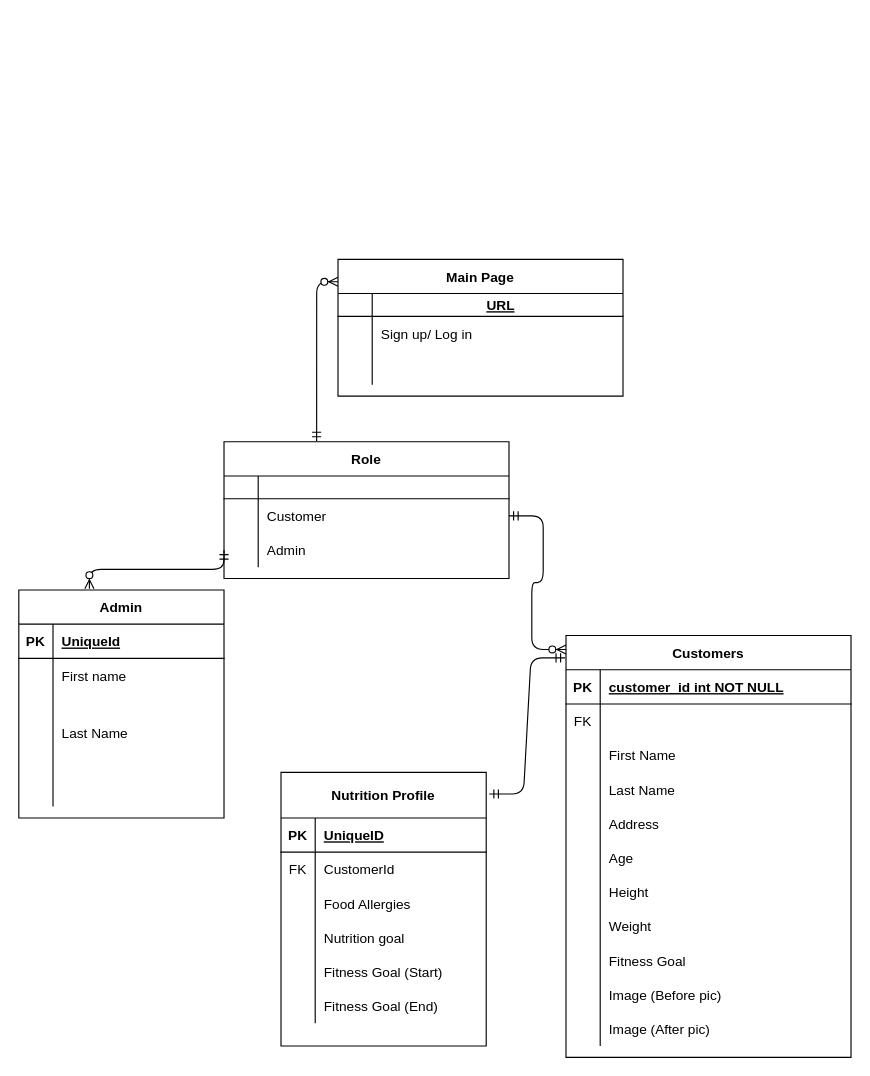
Lluminatarion-8431/Healthy-Me-Meal-Prep- keeps this draw.io diagram as Healthy Me Diagram.drawio. Above is the earlier version. Source tidied: cells renumbered, new cells numbered last; positions are measured from the earlier drawing's top-left corner, leaving out a move shared by most shapes. Both pictures are drawn from the tidied source at 114%, with x=0, y=0 at pixel (18, 259).
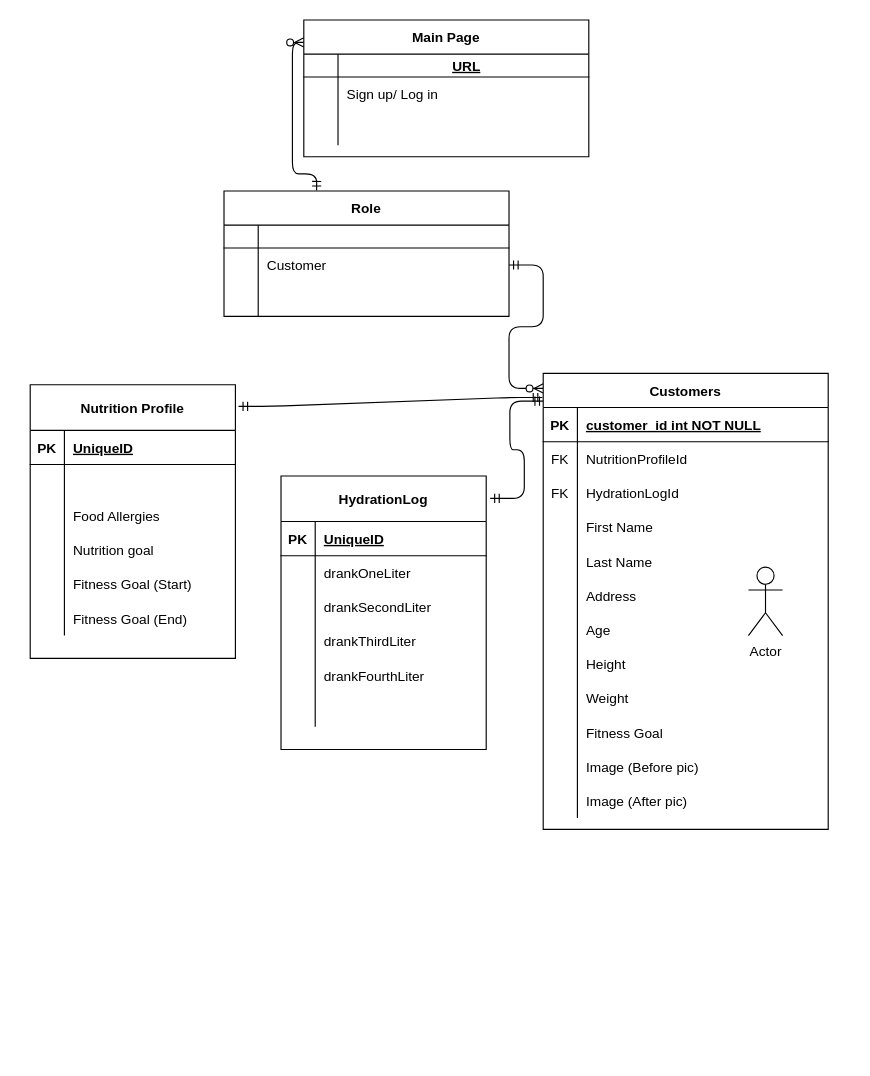
The same page after the edit.

Commit message:
Updated ERD diagram.

Unchanged cells that the change refers to:
```xml
<mxCell id="10" style="shape=partialRectangle;fillColor=none;top=0;left=0;right=0;bottom=0;" parent="6" vertex="1">
  <mxGeometry y="60" width="250" height="30" as="geometry" />
</mxCell>
<mxCell id="77" style="shape=partialRectangle;fillColor=none;top=0;left=0;bottom=0;right=0;" parent="73" vertex="1">
  <mxGeometry y="70" width="180" height="30" as="geometry" />
</mxCell>
```

Diff of the diagram source:
```diff
@@
-    <mxCell id="4" style="fontSize=12;html=1;endArrow=ERzeroToMany;startArrow=ERmandOne;entryX=0.344;entryY=-0.005;entryDx=0;entryDy=0;edgeStyle=elbowEdgeStyle;elbow=vertical;entryPerimeter=0;exitX=0;exitY=0.5;exitDx=0;exitDy=0;" parent="1" edge="1" source="60" target="40">
-      <mxGeometry relative="1" as="geometry" />
-    </mxCell>
@@
+    <mxCell id="63" value="Main Page" style="shape=table;startSize=30;childLayout=tableLayout;rowLines=0;fontStyle=1;align=center;" parent="1" vertex="1">
+      <mxGeometry x="250" y="-210" width="250" height="120" as="geometry" />
+    </mxCell>
+    <mxCell id="64" style="shape=partialRectangle;fillColor=none;top=0;left=0;right=0;bottom=1;" parent="63" vertex="1">
+      <mxGeometry y="30" width="250" height="20" as="geometry" />
+    </mxCell>
+    <mxCell id="65" style="shape=partialRectangle;overflow=hidden;fillColor=none;top=0;left=0;bottom=0;right=0;fontStyle=1;" parent="64" vertex="1">
+      <mxGeometry width="30" height="20" as="geometry" />
+    </mxCell>
+    <mxCell id="66" value="URL" style="shape=partialRectangle;overflow=hidden;fillColor=none;top=0;left=0;bottom=0;right=0;align=center;spacingLeft=6;fontStyle=5;" parent="64" vertex="1">
+      <mxGeometry x="30" width="220" height="20" as="geometry" />
+    </mxCell>
+    <mxCell id="67" style="shape=partialRectangle;fillColor=none;top=0;left=0;right=0;bottom=0;" parent="63" vertex="1">
+      <mxGeometry y="50" width="250" height="30" as="geometry" />
+    </mxCell>
+    <mxCell id="68" style="shape=partialRectangle;overflow=hidden;fillColor=none;top=0;left=0;bottom=0;right=0;" parent="67" vertex="1">
+      <mxGeometry width="30" height="30" as="geometry" />
+    </mxCell>
+    <mxCell id="69" value="Sign up/ Log in" style="shape=partialRectangle;overflow=hidden;fillColor=none;top=0;left=0;bottom=0;right=0;align=left;spacingLeft=6;" parent="67" vertex="1">
+      <mxGeometry x="30" width="220" height="30" as="geometry" />
+    </mxCell>
+    <mxCell id="70" style="shape=partialRectangle;fillColor=none;top=0;left=0;right=0;bottom=0;" parent="63" vertex="1">
+      <mxGeometry y="80" width="250" height="30" as="geometry" />
+    </mxCell>
+    <mxCell id="71" style="shape=partialRectangle;overflow=hidden;fillColor=none;top=0;left=0;bottom=0;right=0;" parent="70" vertex="1">
+      <mxGeometry width="30" height="30" as="geometry" />
+    </mxCell>
+    <mxCell id="72" style="shape=partialRectangle;overflow=hidden;fillColor=none;top=0;left=0;bottom=0;right=0;align=left;spacingLeft=6;" parent="70" vertex="1">
+      <mxGeometry x="30" width="220" height="30" as="geometry" />
+    </mxCell>
+    <mxCell id="92" style="edgeStyle=entityRelationEdgeStyle;fontSize=12;html=1;endArrow=ERmandOne;startArrow=ERmandOne;entryX=0.003;entryY=0.061;entryDx=0;entryDy=0;entryPerimeter=0;exitX=1.019;exitY=0.082;exitDx=0;exitDy=0;exitPerimeter=0;" parent="1" edge="1" source="96" target="6">
+      <mxGeometry relative="1" as="geometry" />
+    </mxCell>
+    <mxCell id="53" value="Role" style="shape=table;startSize=30;childLayout=tableLayout;rowLines=0;fontStyle=1;align=center;" parent="1" vertex="1">
+      <mxGeometry x="180" y="-60" width="250" height="110" as="geometry" />
+    </mxCell>
+    <mxCell id="54" style="shape=partialRectangle;fillColor=none;top=0;left=0;right=0;bottom=1;" parent="53" vertex="1">
+      <mxGeometry y="30" width="250" height="20" as="geometry" />
+    </mxCell>
+    <mxCell id="55" style="shape=partialRectangle;overflow=hidden;fillColor=none;top=0;left=0;bottom=0;right=0;fontStyle=1;" parent="54" vertex="1">
+      <mxGeometry width="30" height="20" as="geometry" />
+    </mxCell>
+    <mxCell id="56" style="shape=partialRectangle;overflow=hidden;fillColor=none;top=0;left=0;bottom=0;right=0;align=left;spacingLeft=6;fontStyle=5;" parent="54" vertex="1">
+      <mxGeometry x="30" width="220" height="20" as="geometry" />
+    </mxCell>
+    <mxCell id="57" style="shape=partialRectangle;fillColor=none;points=[[0,0.5],[1,0.5]];portConstraint=eastwest;top=0;left=0;right=0;bottom=0;" parent="53" vertex="1">
+      <mxGeometry y="50" width="250" height="30" as="geometry" />
+    </mxCell>
+    <mxCell id="58" style="shape=partialRectangle;overflow=hidden;fillColor=none;top=0;left=0;bottom=0;right=0;" parent="57" vertex="1">
+      <mxGeometry width="30" height="30" as="geometry" />
+    </mxCell>
+    <mxCell id="59" value="Customer" style="shape=partialRectangle;overflow=hidden;fillColor=none;top=0;left=0;bottom=0;right=0;align=left;spacingLeft=6;" parent="57" vertex="1">
+      <mxGeometry x="30" width="220" height="30" as="geometry" />
+    </mxCell>
+    <mxCell id="60" style="shape=partialRectangle;fillColor=none;points=[[0,0.5],[1,0.5]];portConstraint=eastwest;top=0;left=0;right=0;bottom=0;" parent="53" vertex="1">
+      <mxGeometry y="80" width="250" height="30" as="geometry" />
+    </mxCell>
+    <mxCell id="61" style="shape=partialRectangle;overflow=hidden;fillColor=none;top=0;left=0;bottom=0;right=0;" parent="60" vertex="1">
+      <mxGeometry width="30" height="30" as="geometry" />
+    </mxCell>
+    <mxCell id="62" style="shape=partialRectangle;overflow=hidden;fillColor=none;top=0;left=0;bottom=0;right=0;align=left;spacingLeft=6;" parent="60" vertex="1">
+      <mxGeometry x="30" width="220" height="30" as="geometry" />
+    </mxCell>
     <mxCell id="6" value="Customers" style="shape=table;startSize=30;childLayout=tableLayout;rowLines=0;fontStyle=1;align=center;" parent="1" vertex="1">
-      <mxGeometry x="480" y="330" width="250" height="370" as="geometry" />
+      <mxGeometry x="460" y="100" width="250" height="400" as="geometry" />
     </mxCell>
@@
-    <mxCell id="12" style="shape=partialRectangle;overflow=hidden;fillColor=none;top=0;left=0;bottom=0;right=0;align=left;spacingLeft=6;" parent="10" vertex="1">
+    <mxCell id="12" value="NutritionProfileId" style="shape=partialRectangle;overflow=hidden;fillColor=none;top=0;left=0;bottom=0;right=0;align=left;spacingLeft=6;" parent="10" vertex="1">
       <mxGeometry x="30" width="220" height="30" as="geometry" />
     </mxCell>
+    <mxCell id="93" style="shape=partialRectangle;fillColor=none;top=0;left=0;right=0;bottom=0;" parent="6" vertex="1">
+      <mxGeometry y="90" width="250" height="30" as="geometry" />
+    </mxCell>
+    <mxCell id="94" value="FK" style="shape=partialRectangle;overflow=hidden;fillColor=none;top=0;left=0;bottom=0;right=0;" parent="93" vertex="1">
+      <mxGeometry width="30" height="30" as="geometry" />
+    </mxCell>
+    <mxCell id="95" value="HydrationLogId" style="shape=partialRectangle;overflow=hidden;fillColor=none;top=0;left=0;bottom=0;right=0;align=left;spacingLeft=6;" parent="93" vertex="1">
+      <mxGeometry x="30" width="220" height="30" as="geometry" />
+    </mxCell>
     <mxCell id="13" style="shape=partialRectangle;fillColor=none;top=0;left=0;right=0;bottom=0;" parent="6" vertex="1">
-      <mxGeometry y="90" width="250" height="30" as="geometry" />
+      <mxGeometry y="120" width="250" height="30" as="geometry" />
     </mxCell>
@@
     <mxCell id="16" style="shape=partialRectangle;fillColor=none;top=0;left=0;right=0;bottom=0;" parent="6" vertex="1">
-      <mxGeometry y="120" width="250" height="30" as="geometry" />
+      <mxGeometry y="150" width="250" height="30" as="geometry" />
     </mxCell>
@@
     <mxCell id="19" style="shape=partialRectangle;fillColor=none;top=0;left=0;right=0;bottom=0;" parent="6" vertex="1">
-      <mxGeometry y="150" width="250" height="30" as="geometry" />
+      <mxGeometry y="180" width="250" height="30" as="geometry" />
     </mxCell>
@@
     <mxCell id="22" style="shape=partialRectangle;fillColor=none;top=0;left=0;right=0;bottom=0;" parent="6" vertex="1">
-      <mxGeometry y="180" width="250" height="30" as="geometry" />
+      <mxGeometry y="210" width="250" height="30" as="geometry" />
     </mxCell>
@@
     <mxCell id="25" style="shape=partialRectangle;fillColor=none;top=0;left=0;right=0;bottom=0;" parent="6" vertex="1">
-      <mxGeometry y="210" width="250" height="30" as="geometry" />
+      <mxGeometry y="240" width="250" height="30" as="geometry" />
     </mxCell>
@@
     <mxCell id="28" style="shape=partialRectangle;fillColor=none;top=0;left=0;right=0;bottom=0;" parent="6" vertex="1">
-      <mxGeometry y="240" width="250" height="30" as="geometry" />
+      <mxGeometry y="270" width="250" height="30" as="geometry" />
     </mxCell>
@@
     <mxCell id="31" style="shape=partialRectangle;fillColor=none;top=0;left=0;right=0;bottom=0;" parent="6" vertex="1">
-      <mxGeometry y="270" width="250" height="30" as="geometry" />
+      <mxGeometry y="300" width="250" height="30" as="geometry" />
     </mxCell>
@@
     <mxCell id="34" style="shape=partialRectangle;fillColor=none;top=0;left=0;right=0;bottom=0;" parent="6" vertex="1">
-      <mxGeometry y="300" width="250" height="30" as="geometry" />
+      <mxGeometry y="330" width="250" height="30" as="geometry" />
     </mxCell>
@@
     <mxCell id="37" style="shape=partialRectangle;fillColor=none;top=0;left=0;right=0;bottom=0;" parent="6" vertex="1">
-      <mxGeometry y="330" width="250" height="30" as="geometry" />
+      <mxGeometry y="360" width="250" height="30" as="geometry" />
     </mxCell>
@@
-    <mxCell id="40" value="Admin" style="shape=table;startSize=30;childLayout=tableLayout;rowLines=0;fontStyle=1;align=center;" parent="1" vertex="1">
-      <mxGeometry y="290" width="180" height="200" as="geometry" />
-    </mxCell>
-    <mxCell id="41" style="shape=partialRectangle;fillColor=none;top=0;left=0;bottom=1;right=0;" parent="40" vertex="1">
-      <mxGeometry y="30" width="180" height="30" as="geometry" />
-    </mxCell>
+    <mxCell id="96" value="HydrationLog" style="shape=table;startSize=40;childLayout=tableLayout;rowLines=0;fontStyle=1;align=center;" parent="1" vertex="1">
+      <mxGeometry x="230" y="190" width="180" height="240" as="geometry" />
+    </mxCell>
+    <mxCell id="97" style="shape=partialRectangle;fillColor=none;top=0;left=0;bottom=1;right=0;" parent="96" vertex="1">
+      <mxGeometry y="40" width="180" height="30" as="geometry" />
+    </mxCell>
-    <mxCell id="42" value="PK" style="shape=partialRectangle;fillColor=none;top=0;left=0;bottom=0;right=0;fontStyle=1;overflow=hidden;" parent="41" vertex="1">
+    <mxCell id="42" value="PK" style="shape=partialRectangle;fillColor=none;top=0;left=0;bottom=0;right=0;fontStyle=1;overflow=hidden;" parent="97" vertex="1">
       <mxGeometry width="30" height="30" as="geometry" />
     </mxCell>
-    <mxCell id="43" value="UniqueId" style="shape=partialRectangle;fillColor=none;top=0;left=0;bottom=0;right=0;align=left;spacingLeft=6;fontStyle=5;overflow=hidden;" parent="41" vertex="1">
-      <mxGeometry x="30" width="150" height="30" as="geometry" />
-    </mxCell>
-    <mxCell id="44" style="shape=partialRectangle;fillColor=none;top=0;left=0;bottom=0;right=0;" parent="40" vertex="1">
-      <mxGeometry y="60" width="180" height="30" as="geometry" />
-    </mxCell>
-    <mxCell id="45" style="shape=partialRectangle;fillColor=none;top=0;left=0;bottom=0;right=0;overflow=hidden;" parent="44" vertex="1">
-      <mxGeometry width="30" height="30" as="geometry" />
-    </mxCell>
-    <mxCell id="46" value="First name" style="shape=partialRectangle;fillColor=none;top=0;left=0;bottom=0;right=0;align=left;spacingLeft=6;overflow=hidden;" parent="44" vertex="1">
-      <mxGeometry x="30" width="150" height="30" as="geometry" />
-    </mxCell>
-    <mxCell id="47" style="shape=partialRectangle;fillColor=none;top=0;left=0;bottom=0;right=0;" parent="40" vertex="1">
-      <mxGeometry y="90" width="180" height="70" as="geometry" />
-    </mxCell>
-    <mxCell id="48" style="shape=partialRectangle;fillColor=none;top=0;left=0;bottom=0;right=0;overflow=hidden;" parent="47" vertex="1">
-      <mxGeometry width="30" height="70" as="geometry" />
-    </mxCell>
-    <mxCell id="49" value="Last Name" style="shape=partialRectangle;fillColor=none;top=0;left=0;bottom=0;right=0;align=left;spacingLeft=6;overflow=hidden;" parent="47" vertex="1">
-      <mxGeometry x="30" width="150" height="70" as="geometry" />
-    </mxCell>
+    <mxCell id="98" value="UniqueID" style="shape=partialRectangle;fillColor=none;top=0;left=0;bottom=0;right=0;align=left;spacingLeft=6;fontStyle=5;overflow=hidden;" parent="97" vertex="1">
+      <mxGeometry x="30" width="150" height="30" as="geometry" />
+    </mxCell>
+    <mxCell id="99" style="shape=partialRectangle;fillColor=none;top=0;left=0;bottom=0;right=0;" parent="96" vertex="1">
+      <mxGeometry y="70" width="180" height="30" as="geometry" />
+    </mxCell>
+    <mxCell id="100" style="shape=partialRectangle;fillColor=none;top=0;left=0;bottom=0;right=0;overflow=hidden;" parent="99" vertex="1">
+      <mxGeometry width="30" height="30" as="geometry" />
+    </mxCell>
+    <mxCell id="101" value="drankOneLiter" style="shape=partialRectangle;fillColor=none;top=0;left=0;bottom=0;right=0;align=left;spacingLeft=6;overflow=hidden;" parent="99" vertex="1">
+      <mxGeometry x="30" width="150" height="30" as="geometry" />
+    </mxCell>
+    <mxCell id="102" style="shape=partialRectangle;fillColor=none;top=0;left=0;bottom=0;right=0;" parent="96" vertex="1">
+      <mxGeometry y="100" width="180" height="30" as="geometry" />
+    </mxCell>
+    <mxCell id="103" style="shape=partialRectangle;fillColor=none;top=0;left=0;bottom=0;right=0;overflow=hidden;" parent="102" vertex="1">
+      <mxGeometry width="30" height="30" as="geometry" />
+    </mxCell>
+    <mxCell id="104" value="drankSecondLiter" style="shape=partialRectangle;fillColor=none;top=0;left=0;bottom=0;right=0;align=left;spacingLeft=6;overflow=hidden;" parent="102" vertex="1">
+      <mxGeometry x="30" width="150" height="30" as="geometry" />
+    </mxCell>
+    <mxCell id="105" style="shape=partialRectangle;fillColor=none;top=0;left=0;bottom=0;right=0;" parent="96" vertex="1">
+      <mxGeometry y="130" width="180" height="30" as="geometry" />
+    </mxCell>
+    <mxCell id="106" style="shape=partialRectangle;fillColor=none;top=0;left=0;bottom=0;right=0;overflow=hidden;" parent="105" vertex="1">
+      <mxGeometry width="30" height="30" as="geometry" />
+    </mxCell>
+    <mxCell id="107" value="drankThirdLiter" style="shape=partialRectangle;fillColor=none;top=0;left=0;bottom=0;right=0;align=left;spacingLeft=6;overflow=hidden;" parent="105" vertex="1">
+      <mxGeometry x="30" width="150" height="30" as="geometry" />
+    </mxCell>
-    <mxCell id="50" style="shape=partialRectangle;fillColor=none;top=0;left=0;bottom=0;right=0;" parent="40" vertex="1">
+    <mxCell id="50" style="shape=partialRectangle;fillColor=none;top=0;left=0;bottom=0;right=0;" parent="96" vertex="1">
       <mxGeometry y="160" width="180" height="30" as="geometry" />
     </mxCell>
-    <mxCell id="51" style="shape=partialRectangle;fillColor=none;top=0;left=0;bottom=0;right=0;overflow=hidden;" parent="50" vertex="1">
-      <mxGeometry width="30" height="30" as="geometry" />
-    </mxCell>
+    <mxCell id="108" style="shape=partialRectangle;fillColor=none;top=0;left=0;bottom=0;right=0;overflow=hidden;" parent="50" vertex="1">
+      <mxGeometry width="30" height="30" as="geometry" />
+    </mxCell>
+    <mxCell id="109" value="drankFourthLiter" style="shape=partialRectangle;fillColor=none;top=0;left=0;bottom=0;right=0;align=left;spacingLeft=6;overflow=hidden;" parent="50" vertex="1">
+      <mxGeometry x="30" width="150" height="30" as="geometry" />
+    </mxCell>
+    <mxCell id="110" style="shape=partialRectangle;fillColor=none;top=0;left=0;bottom=0;right=0;" parent="96" vertex="1">
+      <mxGeometry y="190" width="180" height="30" as="geometry" />
+    </mxCell>
+    <mxCell id="111" style="shape=partialRectangle;fillColor=none;top=0;left=0;bottom=0;right=0;overflow=hidden;" parent="110" vertex="1">
+      <mxGeometry width="30" height="30" as="geometry" />
+    </mxCell>
-    <mxCell id="52" style="shape=partialRectangle;fillColor=none;top=0;left=0;bottom=0;right=0;align=left;spacingLeft=6;overflow=hidden;" parent="50" vertex="1">
+    <mxCell id="52" style="shape=partialRectangle;fillColor=none;top=0;left=0;bottom=0;right=0;align=left;spacingLeft=6;overflow=hidden;" parent="110" vertex="1">
       <mxGeometry x="30" width="150" height="30" as="geometry" />
     </mxCell>
-    <mxCell id="53" value="Role" style="shape=table;startSize=30;childLayout=tableLayout;rowLines=0;fontStyle=1;align=center;" parent="1" vertex="1">
-      <mxGeometry x="180" y="160" width="250" height="120" as="geometry" />
-    </mxCell>
-    <mxCell id="54" style="shape=partialRectangle;fillColor=none;top=0;left=0;right=0;bottom=1;" parent="53" vertex="1">
-      <mxGeometry y="30" width="250" height="20" as="geometry" />
-    </mxCell>
-    <mxCell id="55" style="shape=partialRectangle;overflow=hidden;fillColor=none;top=0;left=0;bottom=0;right=0;fontStyle=1;" parent="54" vertex="1">
-      <mxGeometry width="30" height="20" as="geometry" />
-    </mxCell>
-    <mxCell id="56" style="shape=partialRectangle;overflow=hidden;fillColor=none;top=0;left=0;bottom=0;right=0;align=left;spacingLeft=6;fontStyle=5;" parent="54" vertex="1">
-      <mxGeometry x="30" width="220" height="20" as="geometry" />
-    </mxCell>
-    <mxCell id="57" style="shape=partialRectangle;fillColor=none;points=[[0,0.5],[1,0.5]];portConstraint=eastwest;top=0;left=0;right=0;bottom=0;" parent="53" vertex="1">
-      <mxGeometry y="50" width="250" height="30" as="geometry" />
-    </mxCell>
-    <mxCell id="58" style="shape=partialRectangle;overflow=hidden;fillColor=none;top=0;left=0;bottom=0;right=0;" parent="57" vertex="1">
-      <mxGeometry width="30" height="30" as="geometry" />
-    </mxCell>
-    <mxCell id="59" value="Customer" style="shape=partialRectangle;overflow=hidden;fillColor=none;top=0;left=0;bottom=0;right=0;align=left;spacingLeft=6;" parent="57" vertex="1">
-      <mxGeometry x="30" width="220" height="30" as="geometry" />
-    </mxCell>
-    <mxCell id="60" style="shape=partialRectangle;fillColor=none;points=[[0,0.5],[1,0.5]];portConstraint=eastwest;top=0;left=0;right=0;bottom=0;" parent="53" vertex="1">
-      <mxGeometry y="80" width="250" height="30" as="geometry" />
-    </mxCell>
-    <mxCell id="61" style="shape=partialRectangle;overflow=hidden;fillColor=none;top=0;left=0;bottom=0;right=0;" parent="60" vertex="1">
-      <mxGeometry width="30" height="30" as="geometry" />
-    </mxCell>
-    <mxCell id="62" value="Admin" style="shape=partialRectangle;overflow=hidden;fillColor=none;top=0;left=0;bottom=0;right=0;align=left;spacingLeft=6;" parent="60" vertex="1">
-      <mxGeometry x="30" width="220" height="30" as="geometry" />
-    </mxCell>
-    <mxCell id="63" value="Main Page" style="shape=table;startSize=30;childLayout=tableLayout;rowLines=0;fontStyle=1;align=center;" parent="1" vertex="1">
-      <mxGeometry x="280" width="250" height="120" as="geometry" />
-    </mxCell>
-    <mxCell id="64" style="shape=partialRectangle;fillColor=none;top=0;left=0;right=0;bottom=1;" parent="63" vertex="1">
-      <mxGeometry y="30" width="250" height="20" as="geometry" />
-    </mxCell>
-    <mxCell id="65" style="shape=partialRectangle;overflow=hidden;fillColor=none;top=0;left=0;bottom=0;right=0;fontStyle=1;" parent="64" vertex="1">
-      <mxGeometry width="30" height="20" as="geometry" />
-    </mxCell>
-    <mxCell id="66" value="URL" style="shape=partialRectangle;overflow=hidden;fillColor=none;top=0;left=0;bottom=0;right=0;align=center;spacingLeft=6;fontStyle=5;" parent="64" vertex="1">
-      <mxGeometry x="30" width="220" height="20" as="geometry" />
-    </mxCell>
-    <mxCell id="67" style="shape=partialRectangle;fillColor=none;top=0;left=0;right=0;bottom=0;" parent="63" vertex="1">
-      <mxGeometry y="50" width="250" height="30" as="geometry" />
-    </mxCell>
-    <mxCell id="68" style="shape=partialRectangle;overflow=hidden;fillColor=none;top=0;left=0;bottom=0;right=0;" parent="67" vertex="1">
-      <mxGeometry width="30" height="30" as="geometry" />
-    </mxCell>
-    <mxCell id="69" value="Sign up/ Log in" style="shape=partialRectangle;overflow=hidden;fillColor=none;top=0;left=0;bottom=0;right=0;align=left;spacingLeft=6;" parent="67" vertex="1">
-      <mxGeometry x="30" width="220" height="30" as="geometry" />
-    </mxCell>
-    <mxCell id="70" style="shape=partialRectangle;fillColor=none;top=0;left=0;right=0;bottom=0;" parent="63" vertex="1">
-      <mxGeometry y="80" width="250" height="30" as="geometry" />
-    </mxCell>
-    <mxCell id="71" style="shape=partialRectangle;overflow=hidden;fillColor=none;top=0;left=0;bottom=0;right=0;" parent="70" vertex="1">
-      <mxGeometry width="30" height="30" as="geometry" />
-    </mxCell>
-    <mxCell id="72" style="shape=partialRectangle;overflow=hidden;fillColor=none;top=0;left=0;bottom=0;right=0;align=left;spacingLeft=6;" parent="70" vertex="1">
-      <mxGeometry x="30" width="220" height="30" as="geometry" />
-    </mxCell>
     <mxCell id="73" value="Nutrition Profile" style="shape=table;startSize=40;childLayout=tableLayout;rowLines=0;fontStyle=1;align=center;" parent="1" vertex="1">
-      <mxGeometry x="230" y="450" width="180" height="240" as="geometry" />
+      <mxGeometry x="10" y="110" width="180" height="240" as="geometry" />
     </mxCell>
@@
-    <mxCell id="78" value="FK" style="shape=partialRectangle;fillColor=none;top=0;left=0;bottom=0;right=0;overflow=hidden;" parent="77" vertex="1">
+    <mxCell id="78" style="shape=partialRectangle;fillColor=none;top=0;left=0;bottom=0;right=0;overflow=hidden;" parent="77" vertex="1">
       <mxGeometry width="30" height="30" as="geometry" />
     </mxCell>
-    <mxCell id="79" value="CustomerId" style="shape=partialRectangle;fillColor=none;top=0;left=0;bottom=0;right=0;align=left;spacingLeft=6;overflow=hidden;" parent="77" vertex="1">
+    <mxCell id="79" style="shape=partialRectangle;fillColor=none;top=0;left=0;bottom=0;right=0;align=left;spacingLeft=6;overflow=hidden;" parent="77" vertex="1">
       <mxGeometry x="30" width="150" height="30" as="geometry" />
     </mxCell>
@@
+    <mxCell id="112" value="Actor" style="shape=umlActor;verticalLabelPosition=bottom;verticalAlign=top;html=1;" parent="1" vertex="1">
+      <mxGeometry x="640" y="270" width="30" height="60" as="geometry" />
+    </mxCell>
```
